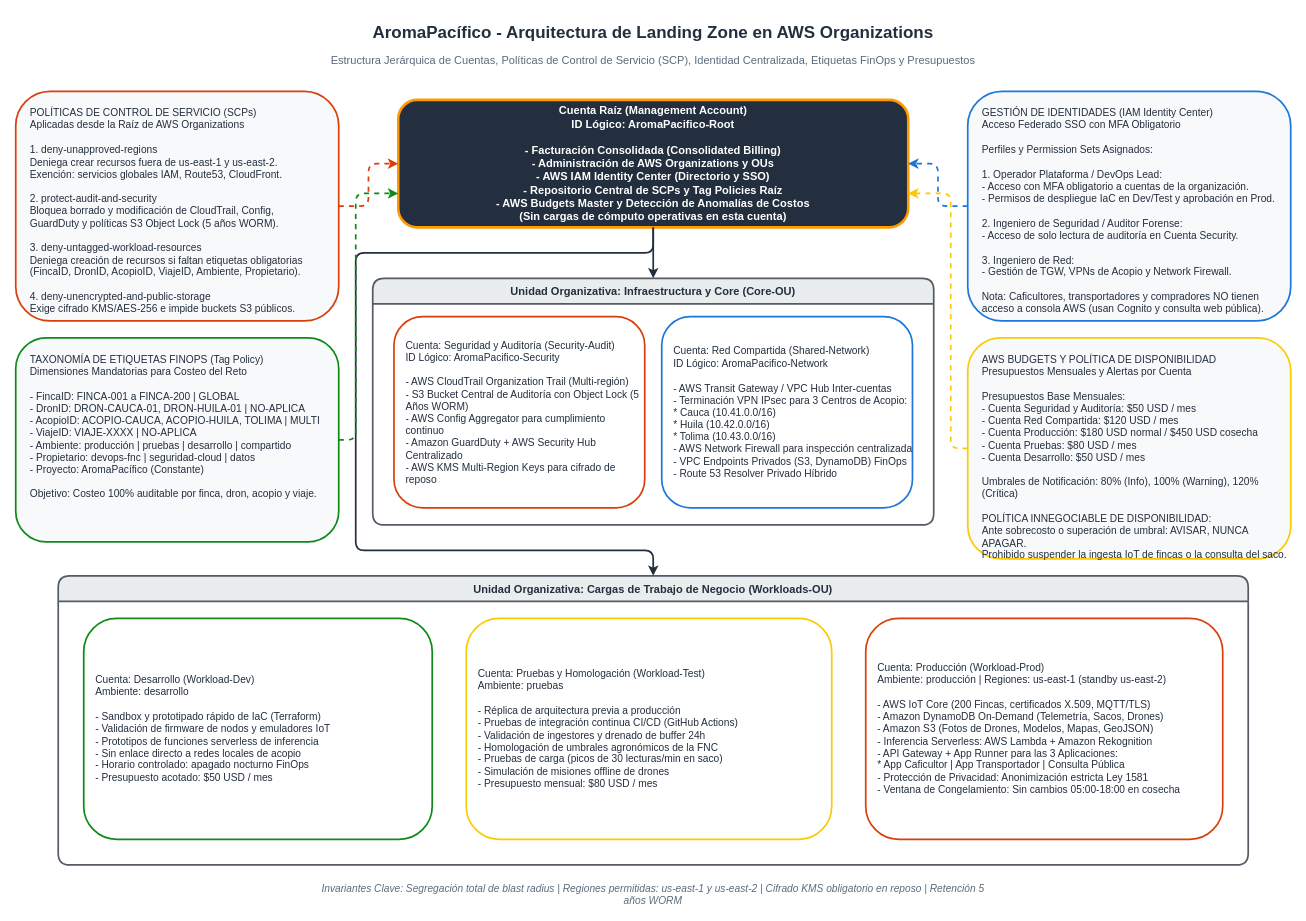
aromapacifico-platform/planning keeps this draw.io diagram as docs/architecture/diagrams/gobierno-landing-zone.drawio. Above is the earlier version. Source tidied: cells renumbered, new cells numbered last; positions are measured from the earlier drawing's top-left corner, leaving out a move shared by most shapes. Both pictures are drawn from the tidied source at 85%, with x=0, y=0 at pixel (15, 14).
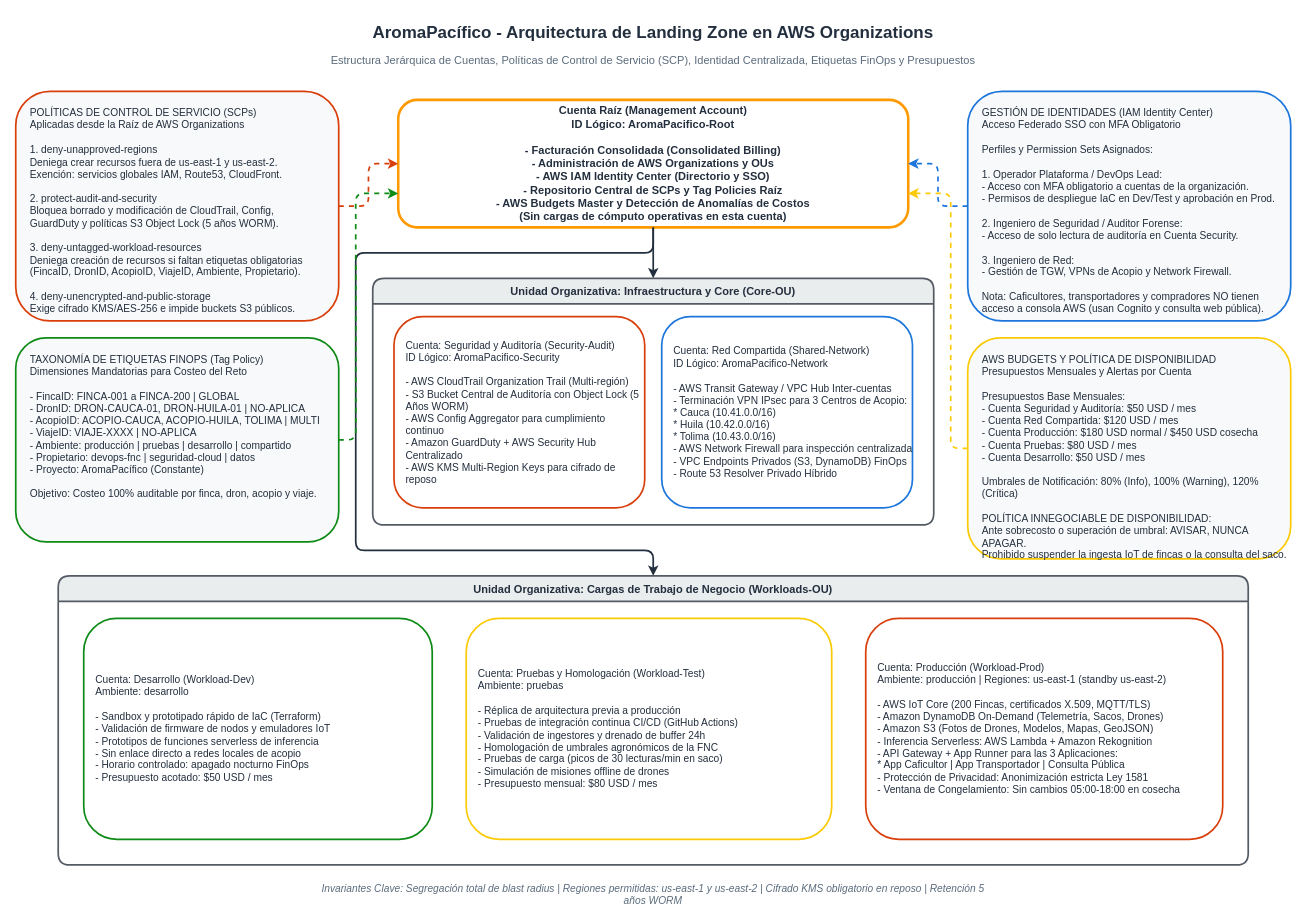
Above is the later version.

Change to the diagram source:
```diff
@@
-    <mxCell id="8" value="Cuenta Raíz (Management Account)&#10;ID Lógico: AromaPacifico-Root&#10;&#10;- Facturación Consolidada (Consolidated Billing)&#10;- Administración de AWS Organizations y OUs&#10;- AWS IAM Identity Center (Directorio y SSO)&#10;- Repositorio Central de SCPs y Tag Policies Raíz&#10;- AWS Budgets Master y Detección de Anomalías de Costos&#10;(Sin cargas de cómputo operativas en esta cuenta)" style="rounded=1;whiteSpace=wrap;html=1;fillColor=#232F3E;strokeColor=#FF9900;strokeWidth=3;fontColor=#FFFFFF;fontSize=13;fontStyle=1;align=center;verticalAlign=middle;" parent="1" vertex="1">
+    <mxCell id="8" value="Cuenta Raíz (Management Account)&#10;ID Lógico: AromaPacifico-Root&#10;&#10;- Facturación Consolidada (Consolidated Billing)&#10;- Administración de AWS Organizations y OUs&#10;- AWS IAM Identity Center (Directorio y SSO)&#10;- Repositorio Central de SCPs y Tag Policies Raíz&#10;- AWS Budgets Master y Detección de Anomalías de Costos&#10;(Sin cargas de cómputo operativas en esta cuenta)" style="rounded=1;whiteSpace=wrap;html=1;fillColor=#FFFFFF;strokeColor=#FF9900;strokeWidth=3;fontColor=#232F3E;fontSize=13;fontStyle=1;align=center;verticalAlign=middle;" parent="1" vertex="1">
       <mxGeometry x="450" y="100" width="600" height="150" as="geometry" />
     </mxCell>
```
